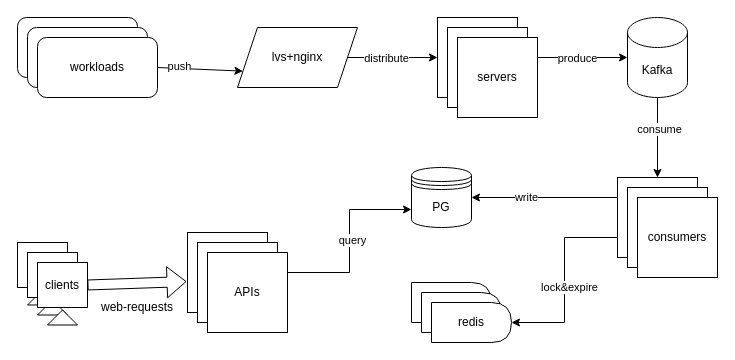
xcxinng/xcxinng keeps this draw.io diagram as projects_in_action/self_monitoring/self-monitor.drawio. Above is the earlier version. Source tidied: cells renumbered, new cells numbered last; positions are measured from the earlier drawing's top-left corner, leaving out a move shared by most shapes. Both pictures are drawn from the tidied source at 100%, with x=0, y=0 at pixel (17, 17).
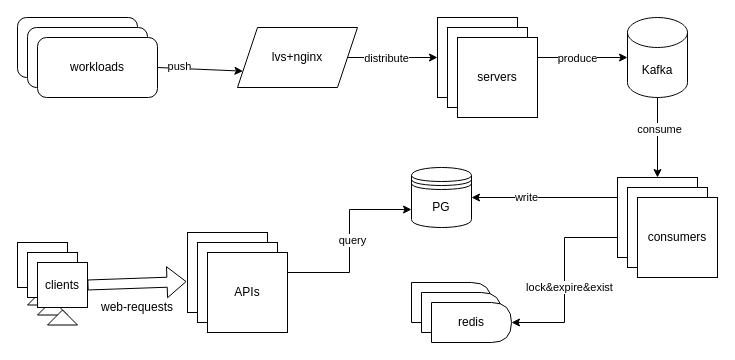
The same page after the edit.

Unchanged cells that the change refers to:
```xml
<mxCell id="18" style="edgeStyle=orthogonalEdgeStyle;rounded=0;jettySize=auto;html=1;exitX=0;exitY=0.75;exitDx=0;exitDy=0;entryX=1;entryY=0.5;entryDx=0;entryDy=0;" parent="1" edge="1" source="20" target="26">
  <mxGeometry relative="1" as="geometry" />
</mxCell>
```

Change to the diagram source:
```diff
@@
-    <mxCell id="19" value="lock&amp;amp;expire" style="edgeLabel;html=1;align=center;verticalAlign=middle;" parent="18" vertex="1">
+    <mxCell id="19" value="lock&amp;amp;expire&amp;amp;exist" style="edgeLabel;html=1;align=center;verticalAlign=middle;" parent="18" vertex="1">
       <mxGeometry x="0.07" y="4" relative="1" as="geometry" />
     </mxCell>
```
